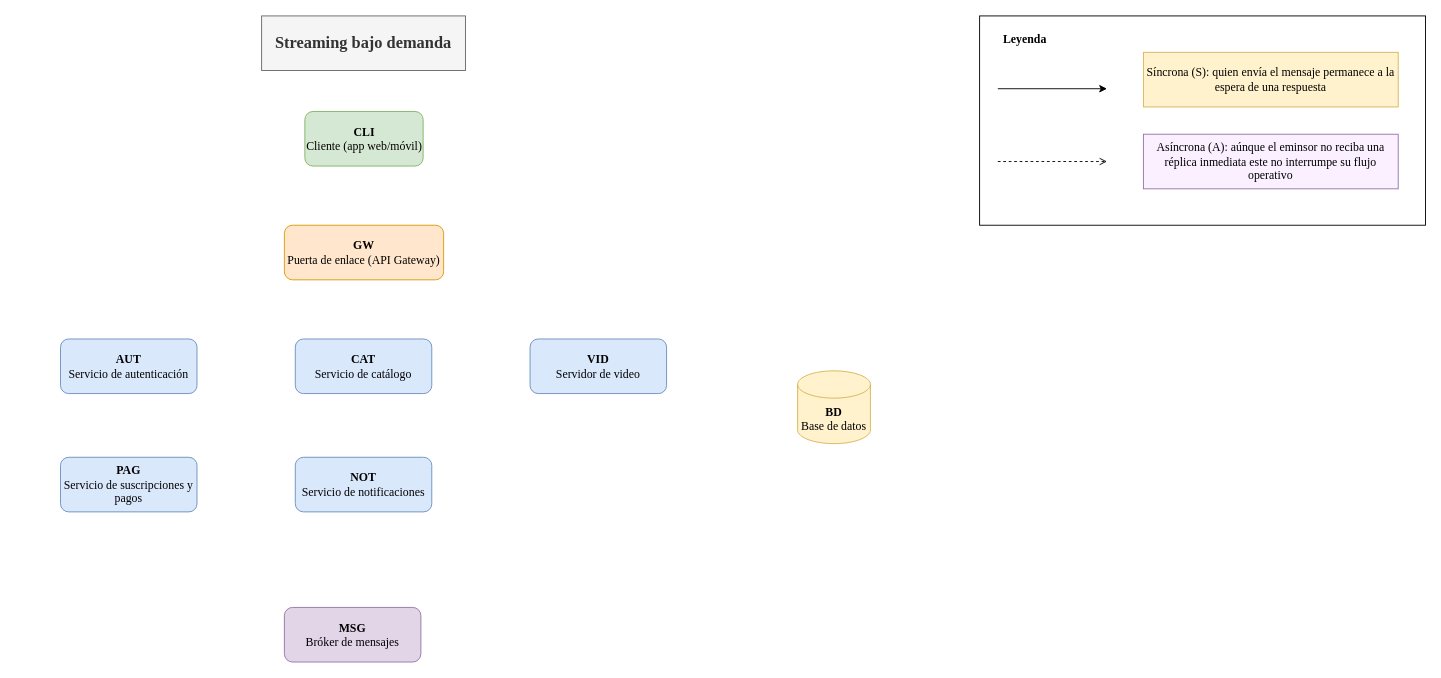
Before: diagrama/comunicacion.drawio in reyshadow0/isr701-form-tl-01, a draw.io diagram. Source tidied: cells renumbered, new cells numbered last; positions are measured from the earlier drawing's top-left corner, leaving out a move shared by most shapes. Both pictures are drawn from the tidied source at 91%, with x=0, y=0 at pixel (60, 15).
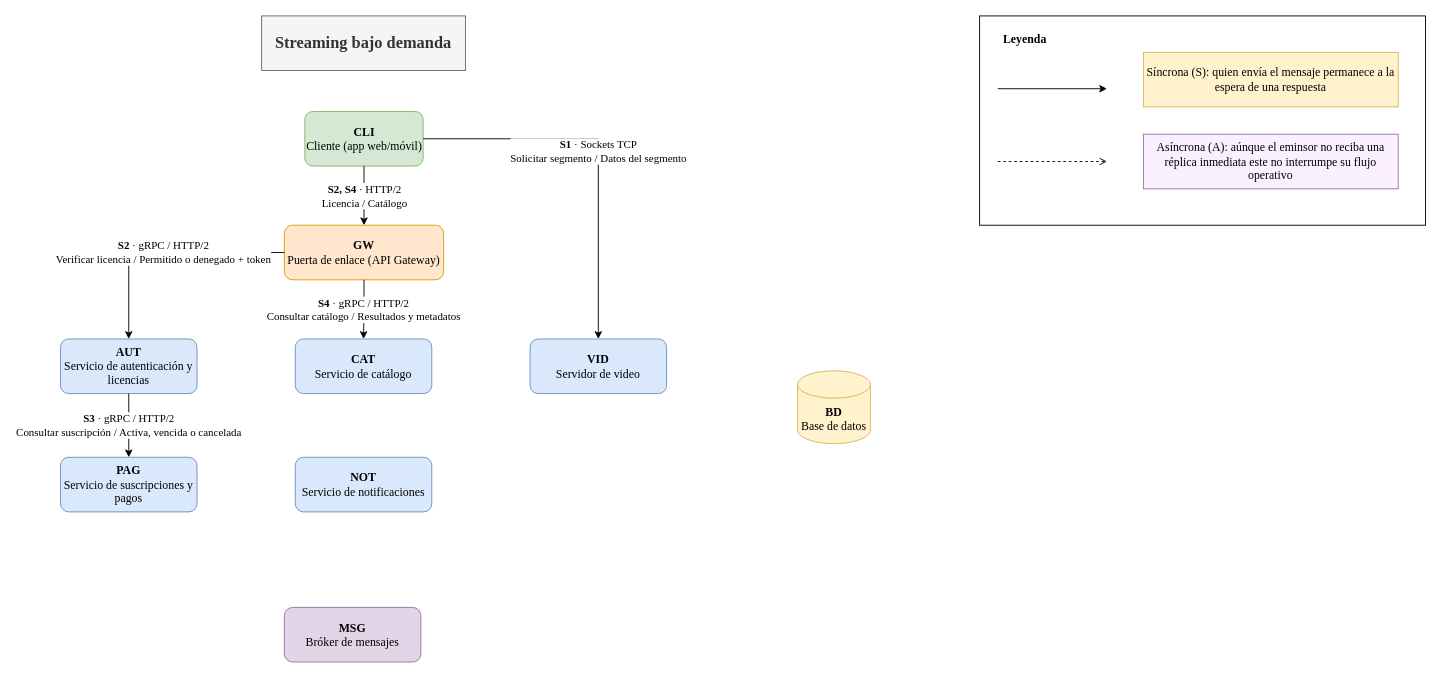
The same diagram, later.

Commit message:
Diagrama: añadido interacciones sincronicas S1 a S4

Unchanged cells that the change refers to:
```xml
<mxCell id="3" value="&lt;b&gt;CLI&lt;/b&gt;&lt;div&gt;Cliente (app web/móvil)&lt;/div&gt;" style="rounded=1;whiteSpace=wrap;html=1;roundedPerimeter=1;fillColor=#d5e8d4;strokeColor=#82b366;fontFamily=Times New Roman;fontSize=13;" parent="1" vertex="1">
  <mxGeometry x="268.5" y="105" width="130" height="60" as="geometry" />
</mxCell>
<mxCell id="4" value="&lt;b&gt;GW&lt;/b&gt;&lt;div&gt;Puerta de enlace (API Gateway)&lt;/div&gt;" style="rounded=1;whiteSpace=wrap;html=1;roundedPerimeter=1;fillColor=#ffe6cc;strokeColor=#d79b00;fontFamily=Times New Roman;fontSize=13;" parent="1" vertex="1">
  <mxGeometry x="246" y="230" width="175" height="60" as="geometry" />
</mxCell>
<mxCell id="6" value="&lt;b&gt;CAT&lt;/b&gt;&lt;div&gt;Servicio de catálogo&lt;/div&gt;" style="rounded=1;whiteSpace=wrap;html=1;roundedPerimeter=1;fillColor=#dae8fc;strokeColor=#6c8ebf;fontFamily=Times New Roman;fontSize=13;" parent="1" vertex="1">
  <mxGeometry x="258" y="355" width="150" height="60" as="geometry" />
</mxCell>
<mxCell id="7" value="&lt;b&gt;VID&lt;/b&gt;&lt;div&gt;Servidor de video&lt;/div&gt;" style="rounded=1;whiteSpace=wrap;html=1;roundedPerimeter=1;fillColor=#dae8fc;strokeColor=#6c8ebf;fontFamily=Times New Roman;fontSize=13;" parent="1" vertex="1">
  <mxGeometry x="516" y="355" width="150" height="60" as="geometry" />
</mxCell>
<mxCell id="8" value="&lt;b&gt;PAG&lt;/b&gt;&lt;div&gt;Servicio de suscripciones y pagos&lt;/div&gt;" style="rounded=1;whiteSpace=wrap;html=1;roundedPerimeter=1;fillColor=#dae8fc;strokeColor=#6c8ebf;fontFamily=Times New Roman;fontSize=13;" parent="1" vertex="1">
  <mxGeometry y="485" width="150" height="60" as="geometry" />
</mxCell>
```

Change to the diagram source:
```diff
@@
-    <mxCell id="5" value="&lt;b&gt;AUT&lt;/b&gt;&lt;div&gt;Servicio de autenticación&lt;/div&gt;" style="rounded=1;whiteSpace=wrap;html=1;roundedPerimeter=1;fillColor=#dae8fc;strokeColor=#6c8ebf;fontFamily=Times New Roman;fontSize=13;" parent="1" vertex="1">
+    <mxCell id="5" value="&lt;b&gt;AUT&lt;/b&gt;&lt;div&gt;Servicio de autenticación y licencias&lt;/div&gt;" style="rounded=1;whiteSpace=wrap;html=1;roundedPerimeter=1;fillColor=#dae8fc;strokeColor=#6c8ebf;fontFamily=Times New Roman;fontSize=13;" parent="1" vertex="1">
       <mxGeometry y="355" width="150" height="60" as="geometry" />
     </mxCell>
@@
+    <mxCell id="18" value="&lt;b&gt;S1&lt;/b&gt; · Sockets TCP&lt;br&gt;Solicitar segmento / Datos del segmento" style="endArrow=classic;html=1;rounded=0;fontFamily=Times New Roman;fontSize=12;labelBackgroundColor=default;edgeStyle=orthogonalEdgeStyle;exitX=1;exitY=0.5;exitDx=0;exitDy=0;entryX=0.5;entryY=0;entryDx=0;entryDy=0;" parent="1" edge="1" source="3" target="7">
+      <mxGeometry relative="1" as="geometry" />
+    </mxCell>
+    <mxCell id="19" value="&lt;b&gt;S2, S4&lt;/b&gt; · HTTP/2&lt;br&gt;Licencia / Catálogo" style="endArrow=classic;html=1;rounded=0;fontFamily=Times New Roman;fontSize=12;labelBackgroundColor=default;edgeStyle=orthogonalEdgeStyle;exitX=0.5;exitY=1;exitDx=0;exitDy=0;entryX=0.5;entryY=0;entryDx=0;entryDy=0;" parent="1" edge="1" source="3" target="4">
+      <mxGeometry relative="1" as="geometry" />
+    </mxCell>
+    <mxCell id="20" value="&lt;b&gt;S2&lt;/b&gt; · gRPC / HTTP/2&lt;br&gt;Verificar licencia / Permitido o denegado + token" style="endArrow=classic;html=1;rounded=0;fontFamily=Times New Roman;fontSize=12;labelBackgroundColor=default;edgeStyle=orthogonalEdgeStyle;exitX=0;exitY=0.5;exitDx=0;exitDy=0;entryX=0.5;entryY=0;entryDx=0;entryDy=0;" parent="1" edge="1" source="4" target="5">
+      <mxGeometry relative="1" as="geometry" />
+    </mxCell>
+    <mxCell id="21" value="&lt;b&gt;S4&lt;/b&gt; · gRPC / HTTP/2&lt;br&gt;Consultar catálogo / Resultados y metadatos" style="endArrow=classic;html=1;rounded=0;fontFamily=Times New Roman;fontSize=12;labelBackgroundColor=default;edgeStyle=orthogonalEdgeStyle;exitX=0.5;exitY=1;exitDx=0;exitDy=0;entryX=0.5;entryY=0;entryDx=0;entryDy=0;" parent="1" edge="1" source="4" target="6">
+      <mxGeometry relative="1" as="geometry" />
+    </mxCell>
+    <mxCell id="22" value="&lt;b&gt;S3&lt;/b&gt; · gRPC / HTTP/2&lt;br&gt;Consultar suscripción / Activa, vencida o cancelada" style="endArrow=classic;html=1;rounded=0;fontFamily=Times New Roman;fontSize=12;labelBackgroundColor=default;edgeStyle=orthogonalEdgeStyle;exitX=0.5;exitY=1;exitDx=0;exitDy=0;entryX=0.5;entryY=0;entryDx=0;entryDy=0;" parent="1" edge="1" source="5" target="8">
+      <mxGeometry relative="1" as="geometry" />
+    </mxCell>
```
